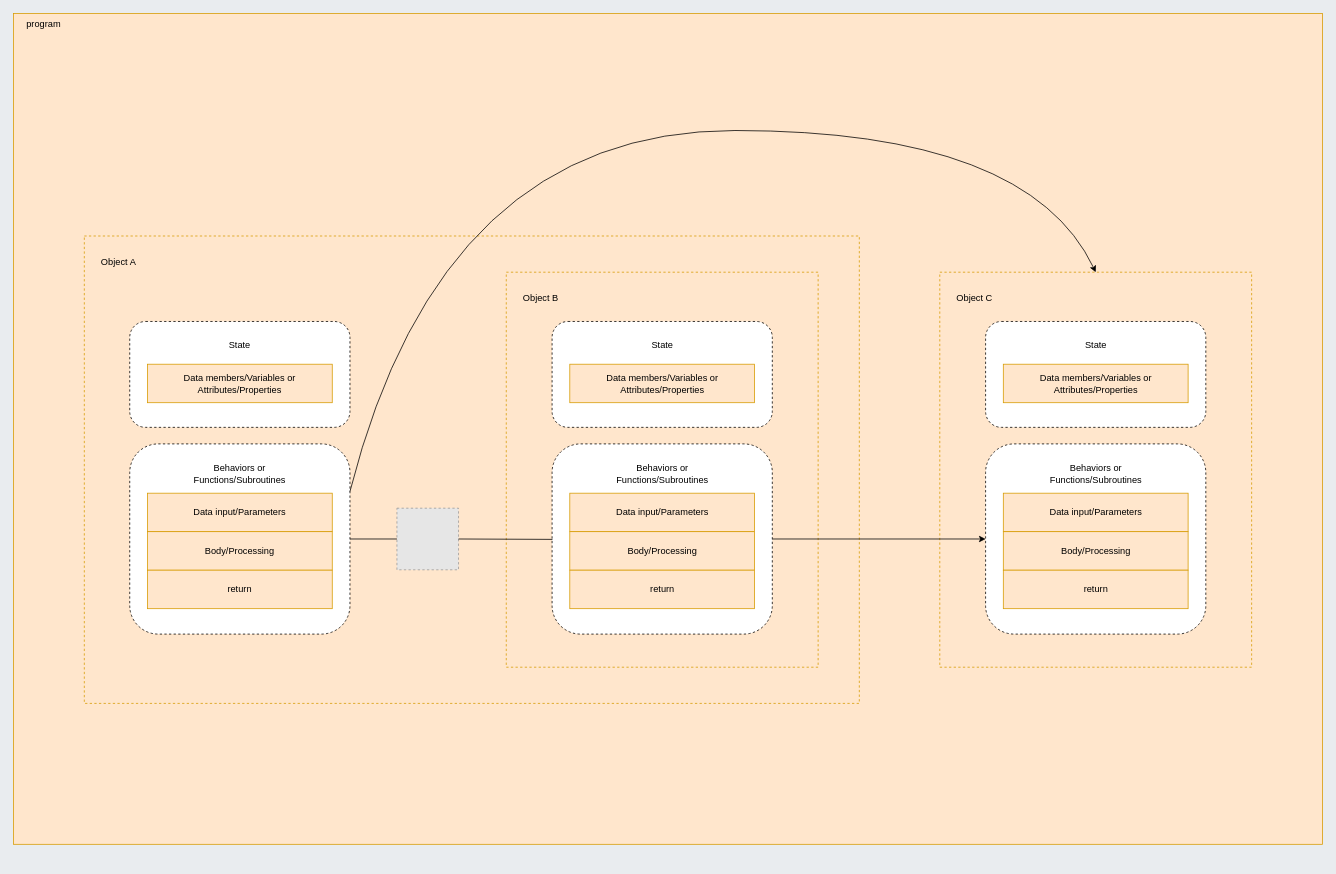
The draw.io diagram page "LOD-dont" (3 of 7) of images/clean-code-objects-data-structures/clean-code-pop-oop-diagrams.drawio in GabrielSlima/blog, before the edit. Source tidied: cells renumbered, new cells numbered last; positions are measured from the earlier drawing's top-left corner, leaving out a move shared by most shapes. Both pictures are drawn from the tidied source at 77%, with x=0, y=0 at pixel (13, 13). Pictures stored in the file or linked from it are replaced by grey dashed boxes.
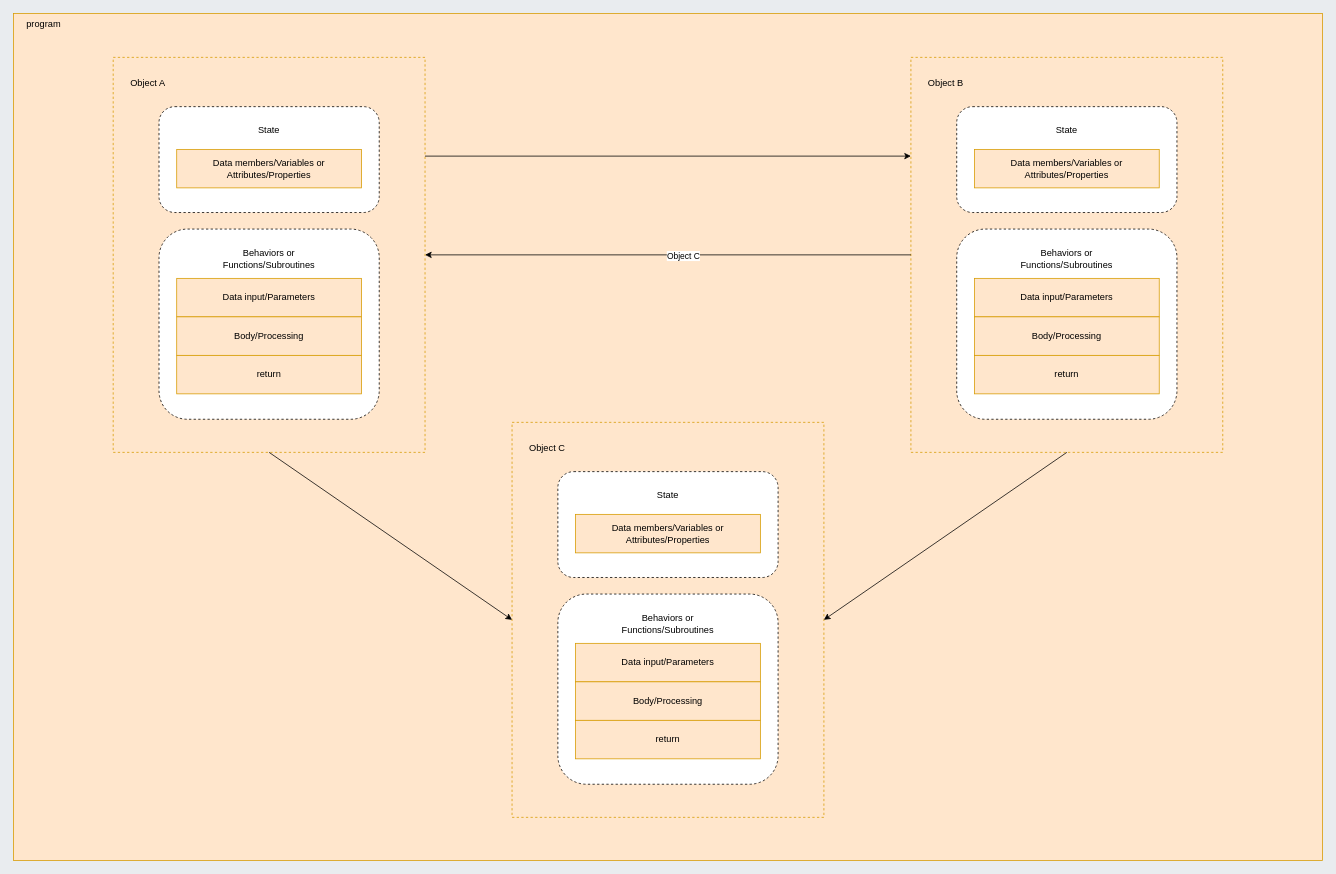
The same diagram, later.

Diff of the diagram source:
```diff
@@
     <mxCell id="2" value="program" style="rounded=0;whiteSpace=wrap;html=1;fillColor=#ffe6cc;strokeColor=#d79b00;align=left;verticalAlign=top;perimeterSpacing=0;spacingTop=0;spacingLeft=15;" parent="1" vertex="1">
-      <mxGeometry width="1700" height="1079" as="geometry" />
+      <mxGeometry width="1700" height="1100" as="geometry" />
     </mxCell>
@@
     <mxCell id="4" value="Object C" style="rounded=0;whiteSpace=wrap;html=1;align=left;verticalAlign=top;spacingTop=20;spacingLeft=20;shadow=0;glass=0;fillColor=#ffe6cc;strokeColor=#d79b00;dashed=1;" parent="1" vertex="1">
-      <mxGeometry x="1203" y="336" width="405" height="513" as="geometry" />
+      <mxGeometry x="647.5" y="531" width="405" height="513" as="geometry" />
     </mxCell>
     <mxCell id="5" style="rounded=1;whiteSpace=wrap;html=1;align=left;dashed=1;" parent="1" vertex="1">
-      <mxGeometry x="1262.5" y="559" width="286" height="247" as="geometry" />
+      <mxGeometry x="707" y="754" width="286" height="247" as="geometry" />
     </mxCell>
     <mxCell id="6" value="Data input/Parameters" style="rounded=0;whiteSpace=wrap;html=1;fillColor=#ffe6cc;strokeColor=#d79b00;" parent="1" vertex="1">
-      <mxGeometry x="1285.5" y="623" width="240" height="50" as="geometry" />
+      <mxGeometry x="730" y="818" width="240" height="50" as="geometry" />
     </mxCell>
     <mxCell id="7" value="&lt;div&gt;Body/Processing&lt;/div&gt;" style="rounded=0;whiteSpace=wrap;html=1;fillColor=#ffe6cc;strokeColor=#d79b00;" parent="1" vertex="1">
-      <mxGeometry x="1285.5" y="673" width="240" height="50" as="geometry" />
+      <mxGeometry x="730" y="868" width="240" height="50" as="geometry" />
     </mxCell>
     <mxCell id="8" value="return" style="rounded=0;whiteSpace=wrap;html=1;fillColor=#ffe6cc;strokeColor=#d79b00;" parent="1" vertex="1">
-      <mxGeometry x="1285.5" y="723" width="240" height="50" as="geometry" />
+      <mxGeometry x="730" y="918" width="240" height="50" as="geometry" />
     </mxCell>
     <mxCell id="9" value="Behaviors or Functions/Subroutines" style="text;html=1;strokeColor=none;fillColor=none;align=center;verticalAlign=middle;whiteSpace=wrap;rounded=0;" parent="1" vertex="1">
-      <mxGeometry x="1385.5" y="588" width="40" height="20" as="geometry" />
+      <mxGeometry x="830" y="783" width="40" height="20" as="geometry" />
     </mxCell>
     <mxCell id="10" style="rounded=1;whiteSpace=wrap;html=1;align=left;dashed=1;" parent="1" vertex="1">
-      <mxGeometry x="1262.5" y="400" width="286" height="137.5" as="geometry" />
+      <mxGeometry x="707" y="595" width="286" height="137.5" as="geometry" />
     </mxCell>
     <mxCell id="11" value="Data members/Variables or Attributes/Properties" style="rounded=0;whiteSpace=wrap;html=1;fillColor=#ffe6cc;strokeColor=#d79b00;" parent="1" vertex="1">
-      <mxGeometry x="1285.5" y="455.5" width="240" height="50" as="geometry" />
+      <mxGeometry x="730" y="650.5" width="240" height="50" as="geometry" />
     </mxCell>
     <mxCell id="12" value="State" style="text;html=1;strokeColor=none;fillColor=none;align=center;verticalAlign=middle;whiteSpace=wrap;rounded=0;" parent="1" vertex="1">
-      <mxGeometry x="1385.5" y="420.5" width="40" height="20" as="geometry" />
+      <mxGeometry x="830" y="615.5" width="40" height="20" as="geometry" />
     </mxCell>
-    <mxCell id="13" value="Object A" style="rounded=0;whiteSpace=wrap;html=1;align=left;verticalAlign=top;spacingTop=20;spacingLeft=20;shadow=0;glass=0;fillColor=#ffe6cc;strokeColor=#d79b00;dashed=1;" parent="1" vertex="1">
-      <mxGeometry x="92" y="289" width="1006.5" height="607" as="geometry" />
-    </mxCell>
-    <mxCell id="14" style="rounded=1;whiteSpace=wrap;html=1;align=left;dashed=1;" parent="1" vertex="1">
-      <mxGeometry x="151" y="559" width="286" height="247" as="geometry" />
-    </mxCell>
-    <mxCell id="15" value="Data input/Parameters" style="rounded=0;whiteSpace=wrap;html=1;fillColor=#ffe6cc;strokeColor=#d79b00;" parent="1" vertex="1">
-      <mxGeometry x="174" y="623" width="240" height="50" as="geometry" />
-    </mxCell>
-    <mxCell id="16" value="&lt;div&gt;Body/Processing&lt;/div&gt;" style="rounded=0;whiteSpace=wrap;html=1;fillColor=#ffe6cc;strokeColor=#d79b00;" parent="1" vertex="1">
-      <mxGeometry x="174" y="673" width="240" height="50" as="geometry" />
-    </mxCell>
-    <mxCell id="17" value="return" style="rounded=0;whiteSpace=wrap;html=1;fillColor=#ffe6cc;strokeColor=#d79b00;" parent="1" vertex="1">
-      <mxGeometry x="174" y="723" width="240" height="50" as="geometry" />
-    </mxCell>
-    <mxCell id="18" value="&lt;div&gt;Behaviors or Functions/Subroutines&lt;/div&gt;" style="text;html=1;strokeColor=none;fillColor=none;align=center;verticalAlign=middle;whiteSpace=wrap;rounded=0;" parent="1" vertex="1">
-      <mxGeometry x="274" y="588" width="40" height="20" as="geometry" />
-    </mxCell>
-    <mxCell id="19" style="rounded=1;whiteSpace=wrap;html=1;align=left;dashed=1;" parent="1" vertex="1">
-      <mxGeometry x="151" y="400" width="286" height="137.5" as="geometry" />
-    </mxCell>
-    <mxCell id="20" value="Data members/Variables or Attributes/Properties" style="rounded=0;whiteSpace=wrap;html=1;fillColor=#ffe6cc;strokeColor=#d79b00;" parent="1" vertex="1">
-      <mxGeometry x="174" y="455.5" width="240" height="50" as="geometry" />
-    </mxCell>
-    <mxCell id="21" value="State" style="text;html=1;strokeColor=none;fillColor=none;align=center;verticalAlign=middle;whiteSpace=wrap;rounded=0;" parent="1" vertex="1">
-      <mxGeometry x="274" y="420.5" width="40" height="20" as="geometry" />
-    </mxCell>
-    <mxCell id="22" style="fillColor=#E6E6E6;strokeColor=#999999;dashed=1;html=1;verticalAlign=top;verticalLabelPosition=bottom;labelBackgroundColor=#ffffff;" parent="1" vertex="1">
-      <mxGeometry x="498" y="642.5" width="80" height="80" as="geometry" />
-    </mxCell>
-    <mxCell id="23" style="endArrow=none;html=1;exitX=1;exitY=0.5;exitDx=0;exitDy=0;entryX=0;entryY=0.5;entryDx=0;entryDy=0;" parent="1" edge="1" source="14" target="22">
-      <mxGeometry relative="1" as="geometry" />
-    </mxCell>
     <mxCell id="24" value="&lt;div&gt;Object B&lt;/div&gt;" style="rounded=0;whiteSpace=wrap;html=1;align=left;verticalAlign=top;spacingTop=20;spacingLeft=20;shadow=0;glass=0;fillColor=#ffe6cc;strokeColor=#d79b00;dashed=1;" parent="1" vertex="1">
-      <mxGeometry x="640" y="336" width="405" height="513" as="geometry" />
+      <mxGeometry x="1165.5" y="57" width="405" height="513" as="geometry" />
     </mxCell>
     <mxCell id="25" style="rounded=1;whiteSpace=wrap;html=1;align=left;dashed=1;" parent="1" vertex="1">
-      <mxGeometry x="699.5" y="559" width="286" height="247" as="geometry" />
+      <mxGeometry x="1225" y="280" width="286" height="247" as="geometry" />
     </mxCell>
     <mxCell id="26" value="Data input/Parameters" style="rounded=0;whiteSpace=wrap;html=1;fillColor=#ffe6cc;strokeColor=#d79b00;" parent="1" vertex="1">
-      <mxGeometry x="722.5" y="623" width="240" height="50" as="geometry" />
+      <mxGeometry x="1248" y="344" width="240" height="50" as="geometry" />
     </mxCell>
     <mxCell id="27" value="&lt;div&gt;Body/Processing&lt;/div&gt;" style="rounded=0;whiteSpace=wrap;html=1;fillColor=#ffe6cc;strokeColor=#d79b00;" parent="1" vertex="1">
-      <mxGeometry x="722.5" y="673" width="240" height="50" as="geometry" />
+      <mxGeometry x="1248" y="394" width="240" height="50" as="geometry" />
     </mxCell>
     <mxCell id="28" value="return" style="rounded=0;whiteSpace=wrap;html=1;fillColor=#ffe6cc;strokeColor=#d79b00;" parent="1" vertex="1">
-      <mxGeometry x="722.5" y="723" width="240" height="50" as="geometry" />
+      <mxGeometry x="1248" y="444" width="240" height="50" as="geometry" />
     </mxCell>
     <mxCell id="29" value="Behaviors or Functions/Subroutines" style="text;html=1;strokeColor=none;fillColor=none;align=center;verticalAlign=middle;whiteSpace=wrap;rounded=0;" parent="1" vertex="1">
-      <mxGeometry x="822.5" y="588" width="40" height="20" as="geometry" />
+      <mxGeometry x="1348" y="309" width="40" height="20" as="geometry" />
     </mxCell>
     <mxCell id="30" style="rounded=1;whiteSpace=wrap;html=1;align=left;dashed=1;" parent="1" vertex="1">
-      <mxGeometry x="699.5" y="400" width="286" height="137.5" as="geometry" />
+      <mxGeometry x="1225" y="121" width="286" height="137.5" as="geometry" />
     </mxCell>
     <mxCell id="31" value="Data members/Variables or Attributes/Properties" style="rounded=0;whiteSpace=wrap;html=1;fillColor=#ffe6cc;strokeColor=#d79b00;" parent="1" vertex="1">
-      <mxGeometry x="722.5" y="455.5" width="240" height="50" as="geometry" />
+      <mxGeometry x="1248" y="176.5" width="240" height="50" as="geometry" />
     </mxCell>
     <mxCell id="32" value="State" style="text;html=1;strokeColor=none;fillColor=none;align=center;verticalAlign=middle;whiteSpace=wrap;rounded=0;" parent="1" vertex="1">
-      <mxGeometry x="822.5" y="420.5" width="40" height="20" as="geometry" />
+      <mxGeometry x="1348" y="141.5" width="40" height="20" as="geometry" />
     </mxCell>
-    <mxCell id="33" style="endArrow=none;html=1;exitX=1;exitY=0.5;exitDx=0;exitDy=0;startArrow=none;" parent="1" edge="1" source="22">
-      <mxGeometry relative="1" as="geometry">
-        <mxPoint x="700" y="683" as="targetPoint" />
-      </mxGeometry>
-    </mxCell>
-    <mxCell id="34" style="endArrow=classic;html=1;exitX=1;exitY=0.5;exitDx=0;exitDy=0;entryX=0;entryY=0.5;entryDx=0;entryDy=0;" parent="1" edge="1" source="25" target="5">
-      <mxGeometry relative="1" as="geometry" />
-    </mxCell>
-    <mxCell id="35" style="curved=1;endArrow=classic;html=1;entryX=0.5;entryY=0;entryDx=0;entryDy=0;exitX=1;exitY=0.25;exitDx=0;exitDy=0;" parent="1" edge="1" source="14" target="4">
-      <mxGeometry relative="1" as="geometry">
-        <Array as="points">
-          <mxPoint x="556" y="152" />
-          <mxPoint x="1318" y="152" />
-        </Array>
-      </mxGeometry>
-    </mxCell>
+    <mxCell id="13" value="&lt;div&gt;Object A&lt;br&gt;&lt;/div&gt;" style="rounded=0;whiteSpace=wrap;html=1;align=left;verticalAlign=top;spacingTop=20;spacingLeft=20;shadow=0;glass=0;fillColor=#ffe6cc;strokeColor=#d79b00;dashed=1;" parent="1" vertex="1">
+      <mxGeometry x="129.5" y="57" width="405" height="513" as="geometry" />
+    </mxCell>
+    <mxCell id="36" style="rounded=1;whiteSpace=wrap;html=1;align=left;dashed=1;" parent="1" vertex="1">
+      <mxGeometry x="189" y="280" width="286" height="247" as="geometry" />
+    </mxCell>
+    <mxCell id="15" value="Data input/Parameters" style="rounded=0;whiteSpace=wrap;html=1;fillColor=#ffe6cc;strokeColor=#d79b00;" parent="1" vertex="1">
+      <mxGeometry x="212" y="344" width="240" height="50" as="geometry" />
+    </mxCell>
+    <mxCell id="16" value="&lt;div&gt;Body/Processing&lt;/div&gt;" style="rounded=0;whiteSpace=wrap;html=1;fillColor=#ffe6cc;strokeColor=#d79b00;" parent="1" vertex="1">
+      <mxGeometry x="212" y="394" width="240" height="50" as="geometry" />
+    </mxCell>
+    <mxCell id="17" value="return" style="rounded=0;whiteSpace=wrap;html=1;fillColor=#ffe6cc;strokeColor=#d79b00;" parent="1" vertex="1">
+      <mxGeometry x="212" y="444" width="240" height="50" as="geometry" />
+    </mxCell>
+    <mxCell id="18" value="Behaviors or Functions/Subroutines" style="text;html=1;strokeColor=none;fillColor=none;align=center;verticalAlign=middle;whiteSpace=wrap;rounded=0;" parent="1" vertex="1">
+      <mxGeometry x="312" y="309" width="40" height="20" as="geometry" />
+    </mxCell>
+    <mxCell id="37" style="rounded=1;whiteSpace=wrap;html=1;align=left;dashed=1;" parent="1" vertex="1">
+      <mxGeometry x="189" y="121" width="286" height="137.5" as="geometry" />
+    </mxCell>
+    <mxCell id="20" value="Data members/Variables or Attributes/Properties" style="rounded=0;whiteSpace=wrap;html=1;fillColor=#ffe6cc;strokeColor=#d79b00;" parent="1" vertex="1">
+      <mxGeometry x="212" y="176.5" width="240" height="50" as="geometry" />
+    </mxCell>
+    <mxCell id="21" value="State" style="text;html=1;strokeColor=none;fillColor=none;align=center;verticalAlign=middle;whiteSpace=wrap;rounded=0;" parent="1" vertex="1">
+      <mxGeometry x="312" y="141.5" width="40" height="20" as="geometry" />
+    </mxCell>
+    <mxCell id="38" style="endArrow=classic;html=1;exitX=1;exitY=0.25;exitDx=0;exitDy=0;entryX=0;entryY=0.25;entryDx=0;entryDy=0;" parent="1" edge="1" source="13" target="24">
+      <mxGeometry relative="1" as="geometry" />
+    </mxCell>
+    <mxCell id="39" style="endArrow=classic;html=1;exitX=0;exitY=0.5;exitDx=0;exitDy=0;entryX=1;entryY=0.5;entryDx=0;entryDy=0;" parent="1" edge="1" source="24" target="13">
+      <mxGeometry relative="1" as="geometry" />
+    </mxCell>
+    <mxCell id="40" value="Object C" style="edgeLabel;html=1;align=center;verticalAlign=middle;" parent="39" vertex="1">
+      <mxGeometry x="-0.06" y="1" relative="1" as="geometry">
+        <mxPoint x="1" as="offset" />
+      </mxGeometry>
+    </mxCell>
+    <mxCell id="41" style="endArrow=classic;html=1;exitX=0.5;exitY=1;exitDx=0;exitDy=0;entryX=0;entryY=0.5;entryDx=0;entryDy=0;" parent="1" edge="1" source="13" target="4">
+      <mxGeometry relative="1" as="geometry" />
+    </mxCell>
+    <mxCell id="42" style="endArrow=classic;html=1;exitX=0.5;exitY=1;exitDx=0;exitDy=0;entryX=1;entryY=0.5;entryDx=0;entryDy=0;" parent="1" edge="1" source="24" target="4">
+      <mxGeometry relative="1" as="geometry" />
+    </mxCell>
```
